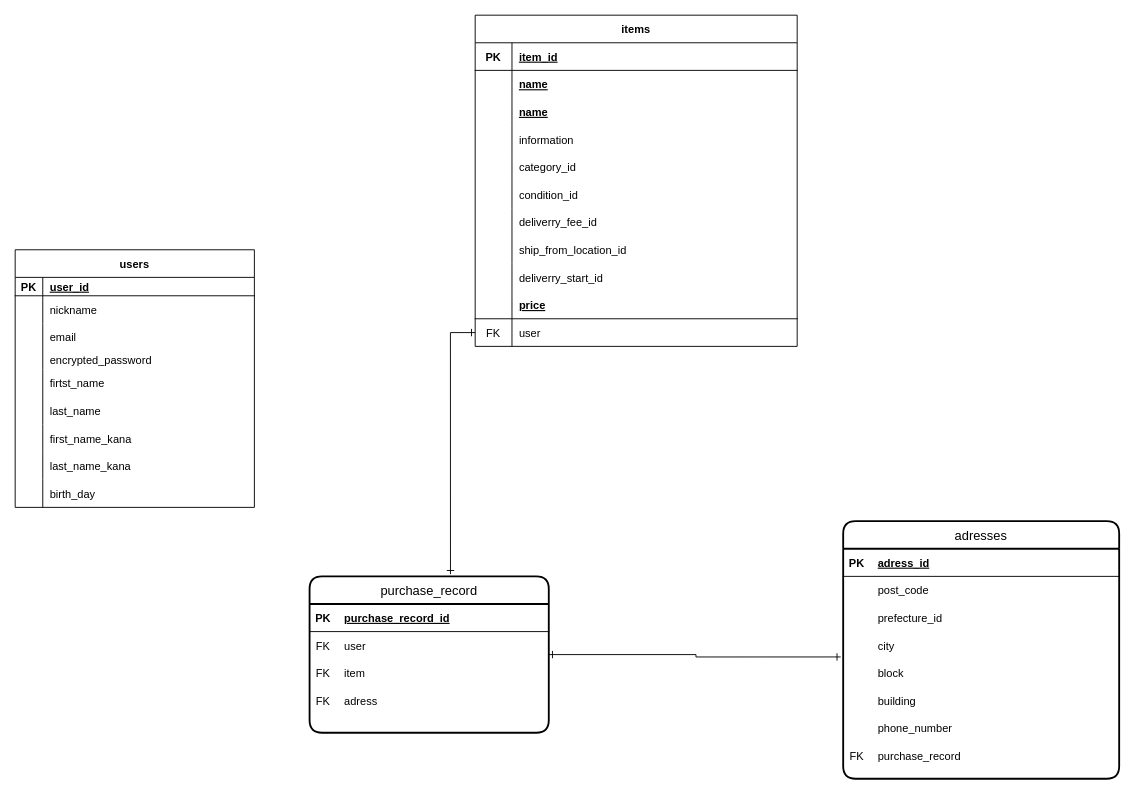
The draw.io diagram er-zu.dio in yuyake-rs/furima-30629, before the edit. Source tidied: cells renumbered, new cells numbered last; positions are measured from the earlier drawing's top-left corner, leaving out a move shared by most shapes. Both pictures are drawn from the tidied source at 92%, with x=0, y=0 at pixel (15, 15).
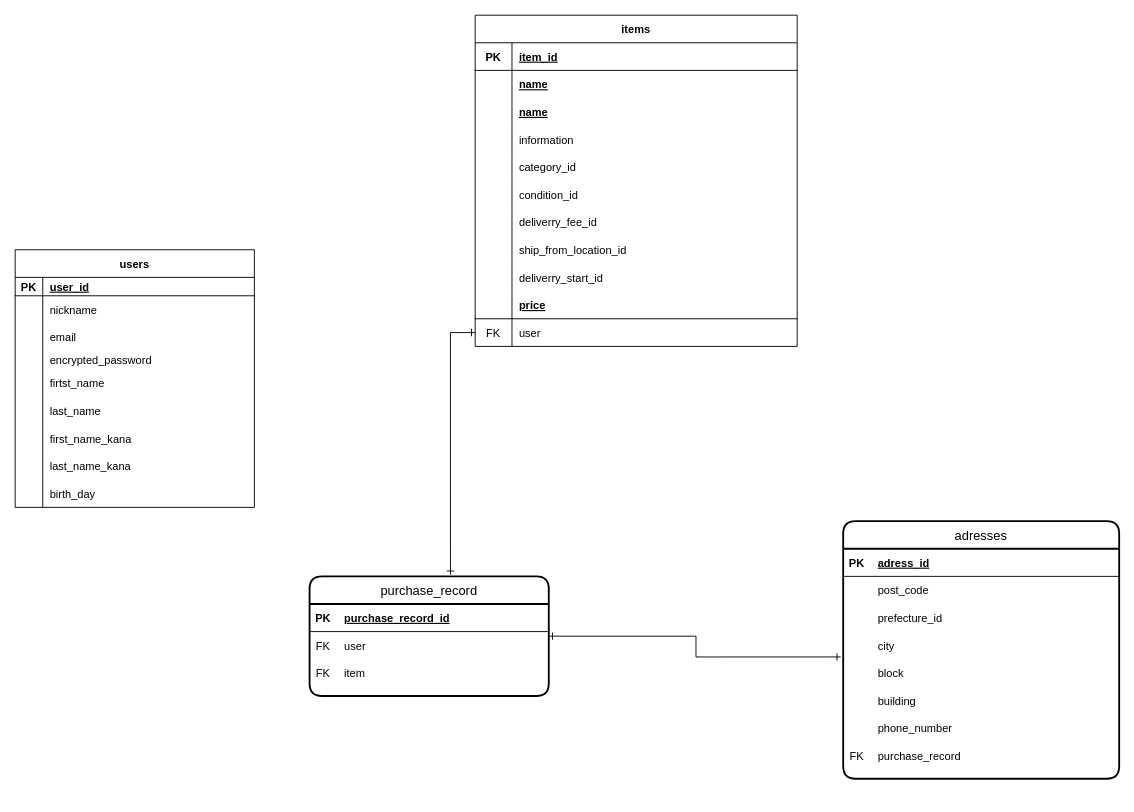
After the change.

Unchanged cells that the change refers to:
```xml
<mxCell id="108" style="shape=partialRectangle;fillColor=none;top=0;left=0;bottom=0;right=0;" parent="98" vertex="1">
  <mxGeometry y="90" width="260" height="30" as="geometry" />
</mxCell>
```

The edit, as a diff of the source:
```diff
@@
     <mxCell id="97" value="purchase_record" style="swimlane;horizontal=1;startSize=30;rounded=1;fontSize=14;fontStyle=0;strokeWidth=2;shadow=0;dashed=0;align=center;" parent="1" vertex="1">
-      <mxGeometry x="320" y="610" width="260" height="170" as="geometry" />
+      <mxGeometry x="320" y="610" width="260" height="130" as="geometry" />
     </mxCell>
     <mxCell id="98" style="shape=table;startSize=0;childLayout=tableLayout;rowLines=0;fontStyle=0;align=center;strokeColor=none;fillColor=none;" parent="97" vertex="1">
-      <mxGeometry y="30" width="260" height="140" as="geometry" />
+      <mxGeometry y="30" width="260" height="120" as="geometry" />
     </mxCell>
@@
-    <mxCell id="109" value="FK" style="shape=partialRectangle;fillColor=none;top=0;left=0;bottom=0;right=0;fontStyle=0;overflow=hidden;" parent="108" vertex="1">
+    <mxCell id="109" style="shape=partialRectangle;fillColor=none;top=0;left=0;bottom=0;right=0;fontStyle=0;overflow=hidden;" parent="108" vertex="1">
       <mxGeometry width="30" height="30" as="geometry" />
     </mxCell>
-    <mxCell id="110" value="adress" style="shape=partialRectangle;fillColor=none;top=0;left=0;bottom=0;right=0;align=left;spacingLeft=6;fontStyle=0;overflow=hidden;" parent="108" vertex="1">
+    <mxCell id="110" style="shape=partialRectangle;fillColor=none;top=0;left=0;bottom=0;right=0;align=left;spacingLeft=6;fontStyle=0;overflow=hidden;" parent="108" vertex="1">
       <mxGeometry x="30" width="230" height="30" as="geometry" />
     </mxCell>
```
